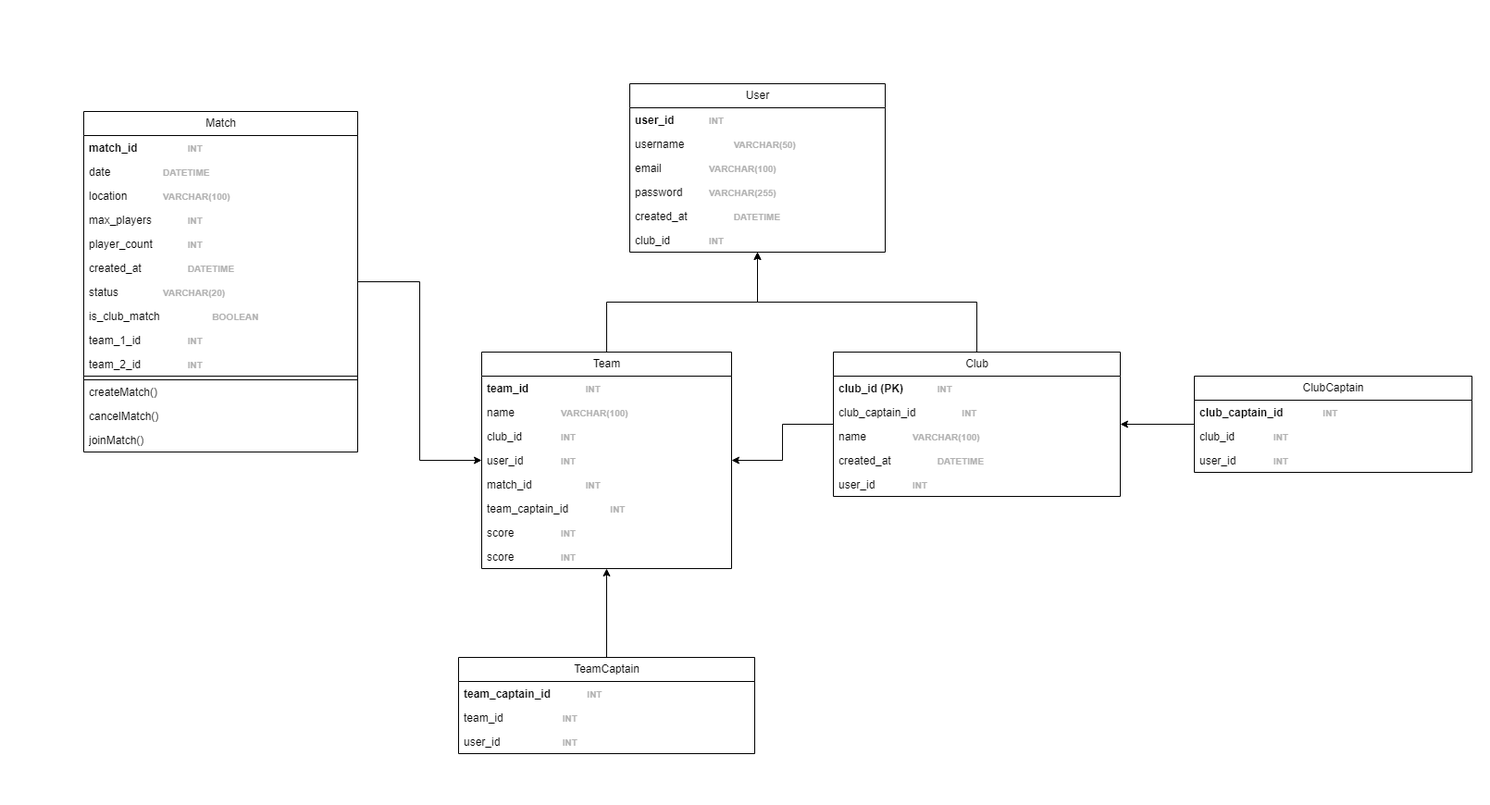
Mathistrg/Styx keeps this draw.io diagram as UML Classes.drawio.png. Above is the earlier version. Source tidied: cells renumbered, new cells last; positions are measured from the earlier drawing's top-left corner, leaving out a move shared by most shapes.
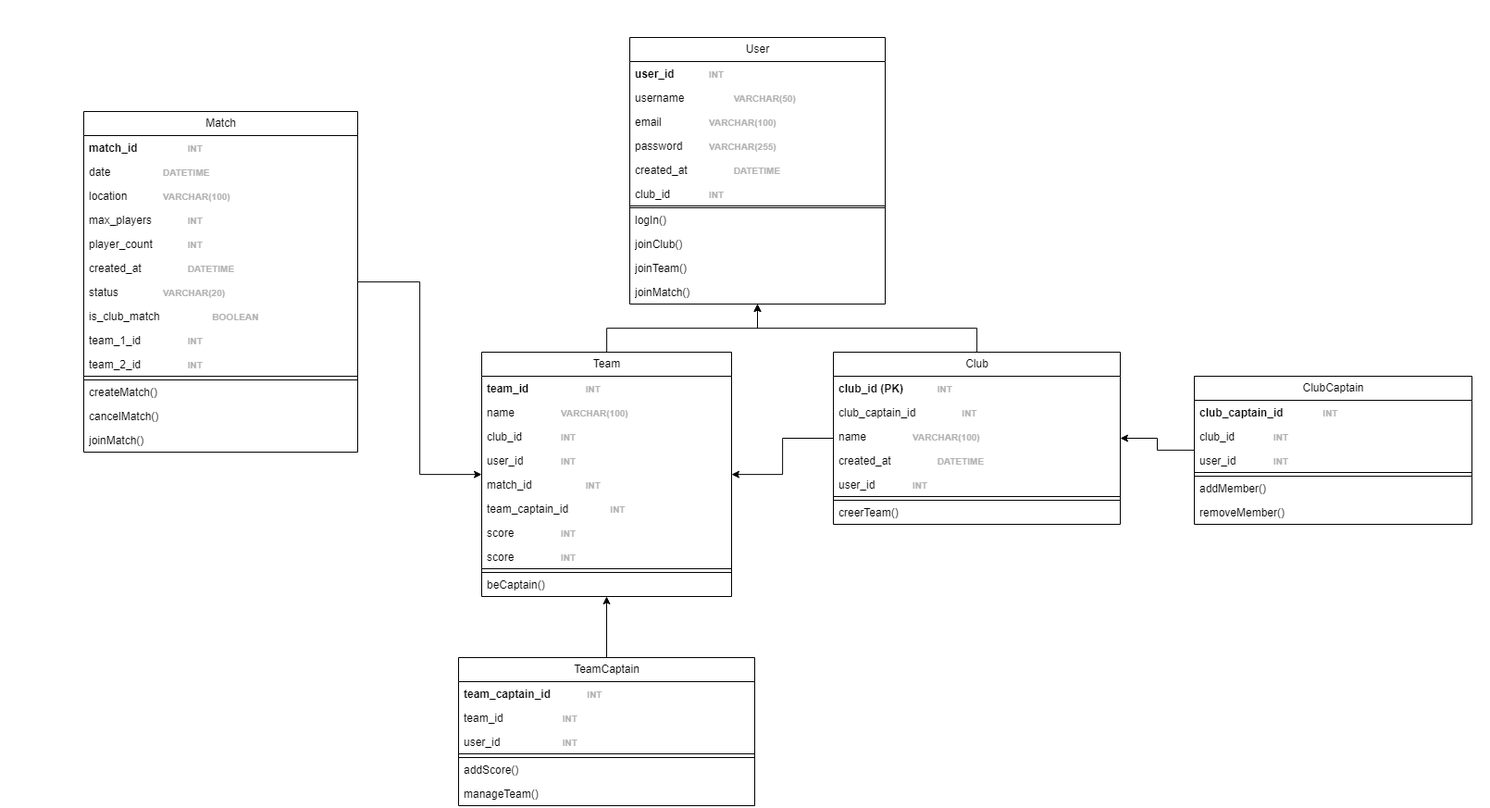
The same file after the commit.

Commit message:
Mettre à jour UML Classes.drawio.png

Change to the diagram source:
```diff
@@ -6,7 +6,7 @@
       <mxGeometry width="1610" height="870" as="geometry" />
     </mxCell>
     <mxCell id="3" value="User" style="swimlane;fontStyle=0;horizontal=1;startSize=26;fillColor=none;html=1;" parent="1" vertex="1">
-      <mxGeometry x="680" y="90" width="276" height="182" as="geometry" />
+      <mxGeometry x="680" y="40" width="276" height="288" as="geometry" />
     </mxCell>
     <mxCell id="4" value="&lt;b&gt;user_id&lt;span style=&quot;white-space: pre;&quot;&gt;&#9;&lt;/span&gt;&lt;span style=&quot;white-space: pre;&quot;&gt;&#9;&lt;/span&gt;&lt;font style=&quot;font-size: 10px; color: rgb(179, 179, 179);&quot;&gt;INT&amp;nbsp;&lt;/font&gt;&lt;/b&gt;" style="text;strokeColor=none;fillColor=none;align=left;verticalAlign=top;spacingLeft=4;spacingRight=4;overflow=hidden;whiteSpace=wrap;html=1;" parent="3" vertex="1">
       <mxGeometry y="26" width="276" height="26" as="geometry" />
@@ -26,6 +26,21 @@
     <mxCell id="9" value="club_id&lt;span style=&quot;white-space: pre;&quot;&gt;&#9;&lt;/span&gt;&lt;span style=&quot;white-space: pre;&quot;&gt;&#9;&lt;/span&gt;&lt;font color=&quot;#b3b3b3&quot;&gt;&lt;span style=&quot;font-size: 10px;&quot;&gt;&lt;b&gt;INT&amp;nbsp;&lt;/b&gt;&lt;/span&gt;&lt;/font&gt;" style="text;strokeColor=none;fillColor=none;align=left;verticalAlign=top;spacingLeft=4;spacingRight=4;overflow=hidden;whiteSpace=wrap;html=1;" parent="3" vertex="1">
       <mxGeometry y="156" width="276" height="26" as="geometry" />
     </mxCell>
+    <mxCell id="54" value="club_id&lt;span style=&quot;white-space: pre;&quot;&gt;&#9;&lt;/span&gt;&lt;span style=&quot;white-space: pre;&quot;&gt;&#9;&lt;/span&gt;&lt;font color=&quot;#b3b3b3&quot;&gt;&lt;span style=&quot;font-size: 10px;&quot;&gt;&lt;b&gt;INT&amp;nbsp;&lt;/b&gt;&lt;/span&gt;&lt;/font&gt;" style="text;strokeColor=default;fillColor=none;align=left;verticalAlign=top;spacingLeft=4;spacingRight=4;overflow=hidden;whiteSpace=wrap;html=1;" parent="3" vertex="1">
+      <mxGeometry y="182" width="276" height="2" as="geometry" />
+    </mxCell>
+    <mxCell id="55" value="logIn()" style="text;strokeColor=none;fillColor=none;align=left;verticalAlign=top;spacingLeft=4;spacingRight=4;overflow=hidden;whiteSpace=wrap;html=1;" parent="3" vertex="1">
+      <mxGeometry y="184" width="276" height="26" as="geometry" />
+    </mxCell>
+    <mxCell id="56" value="joinClub()" style="text;strokeColor=none;fillColor=none;align=left;verticalAlign=top;spacingLeft=4;spacingRight=4;overflow=hidden;whiteSpace=wrap;html=1;" parent="3" vertex="1">
+      <mxGeometry y="210" width="276" height="26" as="geometry" />
+    </mxCell>
+    <mxCell id="57" value="joinTeam()" style="text;strokeColor=none;fillColor=none;align=left;verticalAlign=top;spacingLeft=4;spacingRight=4;overflow=hidden;whiteSpace=wrap;html=1;" parent="3" vertex="1">
+      <mxGeometry y="236" width="276" height="26" as="geometry" />
+    </mxCell>
+    <mxCell id="58" value="joinMatch()" style="text;strokeColor=none;fillColor=none;align=left;verticalAlign=top;spacingLeft=4;spacingRight=4;overflow=hidden;whiteSpace=wrap;html=1;" parent="3" vertex="1">
+      <mxGeometry y="262" width="276" height="26" as="geometry" />
+    </mxCell>
     <mxCell id="10" style="edgeStyle=orthogonalEdgeStyle;rounded=0;jettySize=auto;html=1;" parent="1" edge="1" source="11" target="35">
       <mxGeometry relative="1" as="geometry" />
     </mxCell>
@@ -81,7 +96,7 @@
       <mxGeometry relative="1" as="geometry" />
     </mxCell>
     <mxCell id="28" value="Club" style="swimlane;fontStyle=0;horizontal=1;startSize=26;fillColor=none;html=1;" parent="1" vertex="1">
-      <mxGeometry x="900" y="380" width="310" height="156" as="geometry" />
+      <mxGeometry x="900" y="380" width="310" height="186" as="geometry" />
     </mxCell>
     <mxCell id="29" value="&lt;b&gt;club_id (PK)&lt;span style=&quot;white-space: pre;&quot;&gt;&#9;&lt;/span&gt;&lt;span style=&quot;white-space: pre;&quot;&gt;&#9;&lt;/span&gt;&lt;font color=&quot;#b3b3b3&quot;&gt;&lt;span style=&quot;font-size: 10px;&quot;&gt;INT&amp;nbsp;&lt;/span&gt;&lt;/font&gt;&lt;/b&gt;" style="text;strokeColor=none;fillColor=none;align=left;verticalAlign=top;spacingLeft=4;spacingRight=4;overflow=hidden;whiteSpace=wrap;html=1;" parent="28" vertex="1">
       <mxGeometry y="26" width="310" height="26" as="geometry" />
@@ -98,11 +113,17 @@
     <mxCell id="33" value="user_id&lt;span style=&quot;white-space: pre;&quot;&gt;&#9;&lt;/span&gt;&lt;span style=&quot;white-space: pre;&quot;&gt;&#9;&lt;/span&gt;&lt;b style=&quot;color: rgb(179, 179, 179); font-size: 10px;&quot;&gt;INT&amp;nbsp;&lt;/b&gt;" style="text;strokeColor=none;fillColor=none;align=left;verticalAlign=top;spacingLeft=4;spacingRight=4;overflow=hidden;whiteSpace=wrap;html=1;" parent="28" vertex="1">
       <mxGeometry y="130" width="310" height="26" as="geometry" />
     </mxCell>
+    <mxCell id="59" value="user_id&lt;span style=&quot;white-space: pre;&quot;&gt;&#9;&lt;/span&gt;&lt;span style=&quot;white-space: pre;&quot;&gt;&#9;&lt;/span&gt;&lt;b style=&quot;color: rgb(179, 179, 179); font-size: 10px;&quot;&gt;INT&amp;nbsp;&lt;/b&gt;" style="text;strokeColor=default;fillColor=none;align=left;verticalAlign=top;spacingLeft=4;spacingRight=4;overflow=hidden;whiteSpace=wrap;html=1;" parent="28" vertex="1">
+      <mxGeometry y="156" width="310" height="4" as="geometry" />
+    </mxCell>
+    <mxCell id="60" value="creerTeam()" style="text;strokeColor=none;fillColor=none;align=left;verticalAlign=top;spacingLeft=4;spacingRight=4;overflow=hidden;whiteSpace=wrap;html=1;" parent="28" vertex="1">
+      <mxGeometry y="160" width="310" height="26" as="geometry" />
+    </mxCell>
     <mxCell id="34" style="edgeStyle=orthogonalEdgeStyle;rounded=0;jettySize=auto;html=1;" parent="1" edge="1" source="35" target="3">
       <mxGeometry relative="1" as="geometry" />
     </mxCell>
     <mxCell id="35" value="Team" style="swimlane;fontStyle=0;horizontal=1;startSize=26;fillColor=none;html=1;" parent="1" vertex="1">
-      <mxGeometry x="520" y="380" width="270" height="234" as="geometry" />
+      <mxGeometry x="520" y="380" width="270" height="264" as="geometry" />
     </mxCell>
     <mxCell id="36" value="&lt;b&gt;team_id&lt;span style=&quot;white-space: pre;&quot;&gt;&#9;&lt;/span&gt;&lt;span style=&quot;white-space: pre;&quot;&gt;&#9;&lt;/span&gt;&lt;span style=&quot;white-space: pre;&quot;&gt;&#9;&lt;/span&gt;&lt;/b&gt;&lt;b style=&quot;color: rgb(179, 179, 179); font-size: 10px;&quot;&gt;INT&amp;nbsp;&lt;/b&gt;" style="text;strokeColor=none;fillColor=none;align=left;verticalAlign=top;spacingLeft=4;spacingRight=4;overflow=hidden;whiteSpace=wrap;html=1;" parent="35" vertex="1">
       <mxGeometry y="26" width="270" height="26" as="geometry" />
@@ -128,11 +149,17 @@
     <mxCell id="43" value="score&lt;span style=&quot;white-space: pre;&quot;&gt;&#9;&lt;/span&gt;&lt;span style=&quot;white-space: pre;&quot;&gt;&#9;&lt;/span&gt;&lt;b style=&quot;color: rgb(179, 179, 179); font-size: 10px;&quot;&gt;INT&amp;nbsp;&lt;/b&gt;" style="text;strokeColor=none;fillColor=none;align=left;verticalAlign=top;spacingLeft=4;spacingRight=4;overflow=hidden;whiteSpace=wrap;html=1;" parent="35" vertex="1">
       <mxGeometry y="208" width="270" height="26" as="geometry" />
     </mxCell>
+    <mxCell id="61" value="score&lt;span style=&quot;white-space: pre;&quot;&gt;&#9;&lt;/span&gt;&lt;span style=&quot;white-space: pre;&quot;&gt;&#9;&lt;/span&gt;&lt;b style=&quot;color: rgb(179, 179, 179); font-size: 10px;&quot;&gt;INT&amp;nbsp;&lt;/b&gt;" style="text;strokeColor=default;fillColor=none;align=left;verticalAlign=top;spacingLeft=4;spacingRight=4;overflow=hidden;whiteSpace=wrap;html=1;" parent="35" vertex="1">
+      <mxGeometry y="234" width="270" height="4" as="geometry" />
+    </mxCell>
+    <mxCell id="62" value="beCaptain()" style="text;strokeColor=none;fillColor=none;align=left;verticalAlign=top;spacingLeft=4;spacingRight=4;overflow=hidden;whiteSpace=wrap;html=1;" parent="35" vertex="1">
+      <mxGeometry y="238" width="270" height="26" as="geometry" />
+    </mxCell>
     <mxCell id="44" style="edgeStyle=orthogonalEdgeStyle;rounded=0;jettySize=auto;html=1;" parent="1" edge="1" source="45" target="35">
       <mxGeometry relative="1" as="geometry" />
     </mxCell>
     <mxCell id="45" value="TeamCaptain" style="swimlane;fontStyle=0;horizontal=1;startSize=26;fillColor=none;html=1;" parent="1" vertex="1">
-      <mxGeometry x="495" y="710" width="320" height="104" as="geometry" />
+      <mxGeometry x="495" y="710" width="320" height="160" as="geometry" />
     </mxCell>
     <mxCell id="46" value="&lt;b&gt;team_captain_id&lt;span style=&quot;white-space: pre;&quot;&gt;&#9;&lt;/span&gt;&lt;span style=&quot;white-space: pre;&quot;&gt;&#9;&lt;/span&gt;&lt;/b&gt;&lt;b style=&quot;color: rgb(179, 179, 179); font-size: 10px;&quot;&gt;INT&amp;nbsp;&lt;/b&gt;" style="text;strokeColor=none;fillColor=none;align=left;verticalAlign=top;spacingLeft=4;spacingRight=4;overflow=hidden;whiteSpace=wrap;html=1;" parent="45" vertex="1">
       <mxGeometry y="26" width="320" height="26" as="geometry" />
@@ -143,11 +170,20 @@
     <mxCell id="48" value="user_id&lt;span style=&quot;white-space: pre;&quot;&gt;&#9;&lt;/span&gt;&lt;span style=&quot;white-space: pre;&quot;&gt;&#9;&lt;/span&gt;&lt;span style=&quot;white-space: pre;&quot;&gt;&#9;&lt;/span&gt;&lt;b style=&quot;color: rgb(179, 179, 179); font-size: 10px;&quot;&gt;INT&amp;nbsp;&lt;/b&gt;" style="text;strokeColor=none;fillColor=none;align=left;verticalAlign=top;spacingLeft=4;spacingRight=4;overflow=hidden;whiteSpace=wrap;html=1;" parent="45" vertex="1">
       <mxGeometry y="78" width="320" height="26" as="geometry" />
     </mxCell>
+    <mxCell id="63" style="text;strokeColor=default;fillColor=none;align=left;verticalAlign=top;spacingLeft=4;spacingRight=4;overflow=hidden;whiteSpace=wrap;html=1;" parent="45" vertex="1">
+      <mxGeometry y="104" width="320" height="4" as="geometry" />
+    </mxCell>
+    <mxCell id="64" value="addScore()" style="text;strokeColor=none;fillColor=none;align=left;verticalAlign=top;spacingLeft=4;spacingRight=4;overflow=hidden;whiteSpace=wrap;html=1;" parent="45" vertex="1">
+      <mxGeometry y="108" width="320" height="26" as="geometry" />
+    </mxCell>
+    <mxCell id="65" value="manageTeam()" style="text;strokeColor=none;fillColor=none;align=left;verticalAlign=top;spacingLeft=4;spacingRight=4;overflow=hidden;whiteSpace=wrap;html=1;" parent="45" vertex="1">
+      <mxGeometry y="134" width="320" height="26" as="geometry" />
+    </mxCell>
     <mxCell id="49" style="edgeStyle=orthogonalEdgeStyle;rounded=0;jettySize=auto;html=1;" parent="1" edge="1" source="50" target="28">
       <mxGeometry relative="1" as="geometry" />
     </mxCell>
     <mxCell id="50" value="ClubCaptain" style="swimlane;fontStyle=0;horizontal=1;startSize=26;fillColor=none;html=1;" parent="1" vertex="1">
-      <mxGeometry x="1290" y="406" width="300" height="104" as="geometry" />
+      <mxGeometry x="1290" y="406" width="300" height="160" as="geometry" />
     </mxCell>
     <mxCell id="51" value="&lt;b&gt;club_captain_id&lt;span style=&quot;white-space: pre;&quot;&gt;&#9;&lt;/span&gt;&lt;span style=&quot;white-space: pre;&quot;&gt;&#9;&lt;/span&gt;&lt;/b&gt;&lt;b style=&quot;color: rgb(179, 179, 179); font-size: 10px;&quot;&gt;INT&amp;nbsp;&lt;/b&gt;" style="text;strokeColor=none;fillColor=none;align=left;verticalAlign=top;spacingLeft=4;spacingRight=4;overflow=hidden;whiteSpace=wrap;html=1;" parent="50" vertex="1">
       <mxGeometry y="26" width="300" height="26" as="geometry" />
@@ -158,5 +194,14 @@
     <mxCell id="53" value="user_id&lt;span style=&quot;white-space: pre;&quot;&gt;&#9;&lt;/span&gt;&lt;span style=&quot;white-space: pre;&quot;&gt;&#9;&lt;/span&gt;&lt;b style=&quot;color: rgb(179, 179, 179); font-size: 10px;&quot;&gt;INT&amp;nbsp;&lt;/b&gt;" style="text;strokeColor=none;fillColor=none;align=left;verticalAlign=top;spacingLeft=4;spacingRight=4;overflow=hidden;whiteSpace=wrap;html=1;" parent="50" vertex="1">
       <mxGeometry y="78" width="300" height="26" as="geometry" />
     </mxCell>
+    <mxCell id="66" value="user_id&lt;span style=&quot;white-space: pre;&quot;&gt;&#9;&lt;/span&gt;&lt;span style=&quot;white-space: pre;&quot;&gt;&#9;&lt;/span&gt;&lt;b style=&quot;color: rgb(179, 179, 179); font-size: 10px;&quot;&gt;INT&amp;nbsp;&lt;/b&gt;" style="text;strokeColor=default;fillColor=none;align=left;verticalAlign=top;spacingLeft=4;spacingRight=4;overflow=hidden;whiteSpace=wrap;html=1;" parent="50" vertex="1">
+      <mxGeometry y="104" width="300" height="4" as="geometry" />
+    </mxCell>
+    <mxCell id="67" value="addMember()" style="text;strokeColor=none;fillColor=none;align=left;verticalAlign=top;spacingLeft=4;spacingRight=4;overflow=hidden;whiteSpace=wrap;html=1;" parent="50" vertex="1">
+      <mxGeometry y="108" width="300" height="26" as="geometry" />
+    </mxCell>
+    <mxCell id="68" value="removeMember()" style="text;strokeColor=none;fillColor=none;align=left;verticalAlign=top;spacingLeft=4;spacingRight=4;overflow=hidden;whiteSpace=wrap;html=1;" parent="50" vertex="1">
+      <mxGeometry y="134" width="300" height="26" as="geometry" />
+    </mxCell>
   </root>
 </mxGraphModel>
```
